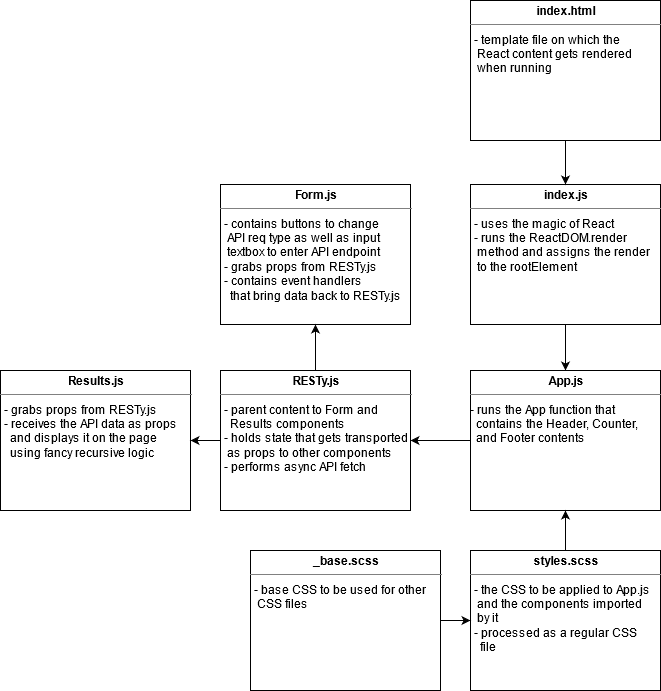
Above: lab-24-uml.png in earljay-caoile-401-advanced-javascript/react-resty (draw.io), before the change. Source tidied: cells renumbered, new cells last; positions are measured from the earlier drawing's top-left corner, leaving out a move shared by most shapes.
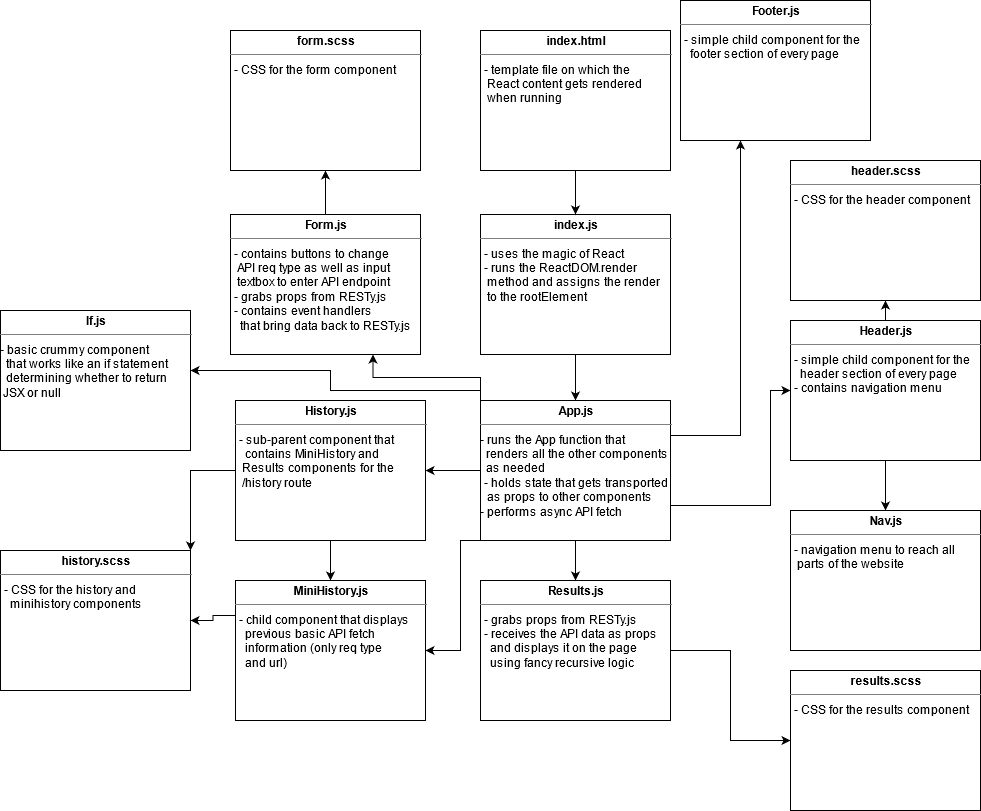
The same file after the commit.

Commit message:
refactored logic in results component to account for crummy if component

The edit, as a diff of the source:
```diff
@@ -8,13 +8,54 @@
     <mxCell id="3" value="&lt;p style=&quot;margin: 0px ; margin-top: 4px ; text-align: center&quot;&gt;&lt;b&gt;index.js&lt;/b&gt;&lt;/p&gt;&lt;hr size=&quot;1&quot;&gt;&lt;p style=&quot;margin: 0px ; margin-left: 4px&quot;&gt;&lt;/p&gt;&lt;p style=&quot;margin: 0px ; margin-left: 4px&quot;&gt;- uses the magic of React&lt;br&gt;&lt;/p&gt;&lt;p style=&quot;margin: 0px ; margin-left: 4px&quot;&gt;- runs the ReactDOM.render&lt;/p&gt;&lt;p style=&quot;margin: 0px ; margin-left: 4px&quot;&gt;&amp;nbsp;method and assigns the render&lt;/p&gt;&lt;p style=&quot;margin: 0px ; margin-left: 4px&quot;&gt;&amp;nbsp;to the rootElement&lt;br&gt;&lt;/p&gt;&lt;div&gt;&lt;br&gt;&lt;/div&gt;" style="verticalAlign=top;align=left;overflow=fill;fontSize=12;fontFamily=Helvetica;html=1;rounded=0;shadow=0;comic=0;labelBackgroundColor=none;strokeWidth=1;" parent="1" vertex="1">
       <mxGeometry x="470" y="184" width="190" height="140" as="geometry" />
     </mxCell>
+    <mxCell id="17" style="edgeStyle=orthogonalEdgeStyle;rounded=0;jettySize=auto;html=1;" parent="1" edge="1" source="4" target="37">
+      <mxGeometry relative="1" as="geometry" />
+    </mxCell>
     <mxCell id="4" value="&lt;p style=&quot;margin: 0px ; margin-top: 4px ; text-align: center&quot;&gt;&lt;b&gt;Results.js&lt;/b&gt;&lt;/p&gt;&lt;hr size=&quot;1&quot;&gt;&lt;p style=&quot;margin: 0px ; margin-left: 4px&quot;&gt;- grabs props from RESTy.js&lt;/p&gt;&lt;p style=&quot;margin: 0px ; margin-left: 4px&quot;&gt;- receives the API data as props&lt;/p&gt;&lt;p style=&quot;margin: 0px ; margin-left: 4px&quot;&gt;&amp;nbsp; and displays it on the page&lt;/p&gt;&lt;p style=&quot;margin: 0px ; margin-left: 4px&quot;&gt;&amp;nbsp; using fancy recursive logic&lt;br&gt;&lt;/p&gt;" style="verticalAlign=top;align=left;overflow=fill;fontSize=12;fontFamily=Helvetica;html=1;rounded=0;shadow=0;comic=0;labelBackgroundColor=none;strokeWidth=1;" parent="1" vertex="1">
-      <mxGeometry y="370" width="190" height="140" as="geometry" />
+      <mxGeometry x="470" y="550" width="190" height="140" as="geometry" />
     </mxCell>
+    <mxCell id="18" style="edgeStyle=orthogonalEdgeStyle;rounded=0;jettySize=auto;html=1;exitX=1;exitY=0.75;exitDx=0;exitDy=0;" parent="1" edge="1" source="6" target="29">
+      <mxGeometry relative="1" as="geometry">
+        <Array as="points">
+          <mxPoint x="760" y="475" />
+        </Array>
+      </mxGeometry>
+    </mxCell>
+    <mxCell id="19" style="edgeStyle=orthogonalEdgeStyle;rounded=0;jettySize=auto;html=1;exitX=1;exitY=0.25;exitDx=0;exitDy=0;" parent="1" edge="1" source="6" target="32">
+      <mxGeometry relative="1" as="geometry">
+        <Array as="points">
+          <mxPoint x="730" y="405" />
+          <mxPoint x="730" y="80" />
+        </Array>
+      </mxGeometry>
+    </mxCell>
+    <mxCell id="20" style="edgeStyle=orthogonalEdgeStyle;rounded=0;jettySize=auto;html=1;exitX=0;exitY=0;exitDx=0;exitDy=0;entryX=0.75;entryY=1;entryDx=0;entryDy=0;" parent="1" edge="1" source="6" target="9">
+      <mxGeometry relative="1" as="geometry" />
+    </mxCell>
-    <mxCell id="5" style="edgeStyle=orthogonalEdgeStyle;rounded=0;jettySize=auto;html=1;exitX=0;exitY=0.5;exitDx=0;exitDy=0;entryX=1;entryY=0.5;entryDx=0;entryDy=0;" parent="1" edge="1" source="6" target="12">
+    <mxCell id="5" style="edgeStyle=orthogonalEdgeStyle;rounded=0;jettySize=auto;html=1;exitX=0;exitY=0.5;exitDx=0;exitDy=0;" parent="1" edge="1" source="6" target="12">
       <mxGeometry relative="1" as="geometry" />
     </mxCell>
+    <mxCell id="21" style="edgeStyle=orthogonalEdgeStyle;rounded=0;jettySize=auto;html=1;exitX=0.5;exitY=1;exitDx=0;exitDy=0;entryX=0.5;entryY=0;entryDx=0;entryDy=0;" parent="1" edge="1" source="6" target="4">
+      <mxGeometry relative="1" as="geometry" />
+    </mxCell>
+    <mxCell id="22" style="edgeStyle=orthogonalEdgeStyle;rounded=0;jettySize=auto;html=1;exitX=0;exitY=1;exitDx=0;exitDy=0;entryX=1;entryY=0.5;entryDx=0;entryDy=0;" parent="1" edge="1" source="6" target="36">
+      <mxGeometry relative="1" as="geometry">
+        <Array as="points">
+          <mxPoint x="450" y="510" />
+          <mxPoint x="450" y="620" />
+        </Array>
+      </mxGeometry>
+    </mxCell>
+    <mxCell id="23" style="edgeStyle=orthogonalEdgeStyle;rounded=0;jettySize=auto;html=1;exitX=0;exitY=0.25;exitDx=0;exitDy=0;" parent="1" edge="1" source="6" target="33">
+      <mxGeometry relative="1" as="geometry">
+        <Array as="points">
+          <mxPoint x="470" y="360" />
+          <mxPoint x="320" y="360" />
+          <mxPoint x="320" y="340" />
+        </Array>
+      </mxGeometry>
+    </mxCell>
-    <mxCell id="6" value="&lt;p style=&quot;margin: 0px ; margin-top: 4px ; text-align: center&quot;&gt;&lt;b&gt;App.js&lt;/b&gt;&lt;/p&gt;&lt;hr size=&quot;1&quot;&gt;&lt;p style=&quot;margin: 0px ; margin-left: 4px&quot;&gt;&lt;/p&gt;&lt;div&gt;- runs the App function that&lt;/div&gt;&lt;div&gt;&amp;nbsp; contains the Header, Counter,&lt;/div&gt;&lt;div&gt;&amp;nbsp; and Footer contents&lt;br&gt;&lt;/div&gt;&lt;div&gt;&lt;br&gt;&lt;/div&gt;" style="verticalAlign=top;align=left;overflow=fill;fontSize=12;fontFamily=Helvetica;html=1;rounded=0;shadow=0;comic=0;labelBackgroundColor=none;strokeWidth=1;" parent="1" vertex="1">
+    <mxCell id="6" value="&lt;p style=&quot;margin: 0px ; margin-top: 4px ; text-align: center&quot;&gt;&lt;b&gt;App.js&lt;/b&gt;&lt;/p&gt;&lt;hr size=&quot;1&quot;&gt;&lt;p style=&quot;margin: 0px ; margin-left: 4px&quot;&gt;&lt;/p&gt;&lt;div&gt;- runs the App function that&lt;/div&gt;&lt;div&gt;&amp;nbsp; renders all the other components&lt;/div&gt;&lt;div&gt;&amp;nbsp; as needed&lt;/div&gt;&lt;div&gt;&lt;p style=&quot;margin: 0px ; margin-left: 4px&quot;&gt;- holds state that gets transported&lt;/p&gt;&lt;p style=&quot;margin: 0px ; margin-left: 4px&quot;&gt;&amp;nbsp;as props to other components&lt;/p&gt;- performs async API fetch&lt;/div&gt;" style="verticalAlign=top;align=left;overflow=fill;fontSize=12;fontFamily=Helvetica;html=1;rounded=0;shadow=0;comic=0;labelBackgroundColor=none;strokeWidth=1;" parent="1" vertex="1">
       <mxGeometry x="470" y="370" width="190" height="140" as="geometry" />
     </mxCell>
     <mxCell id="7" style="edgeStyle=orthogonalEdgeStyle;rounded=0;jettySize=auto;html=1;exitX=0.5;exitY=1;exitDx=0;exitDy=0;entryX=0.5;entryY=0;entryDx=0;entryDy=0;" parent="1" edge="1" source="8" target="3">
@@ -23,29 +64,56 @@
     <mxCell id="8" value="&lt;p style=&quot;margin: 0px ; margin-top: 4px ; text-align: center&quot;&gt;&lt;b&gt;index.html&lt;/b&gt;&lt;/p&gt;&lt;hr size=&quot;1&quot;&gt;&lt;p style=&quot;margin: 0px ; margin-left: 4px&quot;&gt;&lt;/p&gt;&lt;p style=&quot;margin: 0px ; margin-left: 4px&quot;&gt;- template file on which the &lt;br&gt;&lt;/p&gt;&lt;p style=&quot;margin: 0px ; margin-left: 4px&quot;&gt;&amp;nbsp;React content gets rendered&lt;/p&gt;&lt;p style=&quot;margin: 0px ; margin-left: 4px&quot;&gt;&amp;nbsp;when running&lt;br&gt;&lt;/p&gt;&lt;div&gt;&lt;br&gt;&lt;/div&gt;" style="verticalAlign=top;align=left;overflow=fill;fontSize=12;fontFamily=Helvetica;html=1;rounded=0;shadow=0;comic=0;labelBackgroundColor=none;strokeWidth=1;" parent="1" vertex="1">
       <mxGeometry x="470" width="190" height="140" as="geometry" />
     </mxCell>
+    <mxCell id="24" style="edgeStyle=orthogonalEdgeStyle;rounded=0;jettySize=auto;html=1;exitX=0.5;exitY=0;exitDx=0;exitDy=0;entryX=0.5;entryY=1;entryDx=0;entryDy=0;" parent="1" edge="1" source="9" target="31">
+      <mxGeometry relative="1" as="geometry" />
+    </mxCell>
     <mxCell id="9" value="&lt;p style=&quot;margin: 0px ; margin-top: 4px ; text-align: center&quot;&gt;&lt;b&gt;Form.js&lt;/b&gt;&lt;/p&gt;&lt;hr size=&quot;1&quot;&gt;&lt;p style=&quot;margin: 0px ; margin-left: 4px&quot;&gt;- contains buttons to change&lt;/p&gt;&lt;p style=&quot;margin: 0px ; margin-left: 4px&quot;&gt;&amp;nbsp;API req type as well as input&lt;/p&gt;&lt;p style=&quot;margin: 0px ; margin-left: 4px&quot;&gt;&amp;nbsp;textbox to enter API endpoint&lt;/p&gt;&lt;p style=&quot;margin: 0px ; margin-left: 4px&quot;&gt;- grabs props from RESTy.js&lt;/p&gt;&lt;p style=&quot;margin: 0px ; margin-left: 4px&quot;&gt;- contains event handlers&lt;/p&gt;&lt;p style=&quot;margin: 0px ; margin-left: 4px&quot;&gt;&amp;nbsp; that bring data back to RESTy.js&lt;br&gt;&lt;/p&gt;" style="verticalAlign=top;align=left;overflow=fill;fontSize=12;fontFamily=Helvetica;html=1;rounded=0;shadow=0;comic=0;labelBackgroundColor=none;strokeWidth=1;" parent="1" vertex="1">
       <mxGeometry x="220" y="184" width="190" height="140" as="geometry" />
     </mxCell>
-    <mxCell id="10" style="edgeStyle=orthogonalEdgeStyle;rounded=0;jettySize=auto;html=1;exitX=0.5;exitY=0;exitDx=0;exitDy=0;entryX=0.5;entryY=1;entryDx=0;entryDy=0;" parent="1" edge="1" source="12" target="9">
-      <mxGeometry relative="1" as="geometry" />
-    </mxCell>
-    <mxCell id="11" style="edgeStyle=orthogonalEdgeStyle;rounded=0;jettySize=auto;html=1;exitX=0;exitY=0.5;exitDx=0;exitDy=0;entryX=1;entryY=0.5;entryDx=0;entryDy=0;" parent="1" edge="1" source="12" target="4">
-      <mxGeometry relative="1" as="geometry" />
-    </mxCell>
+    <mxCell id="25" style="edgeStyle=orthogonalEdgeStyle;rounded=0;jettySize=auto;html=1;exitX=0.5;exitY=1;exitDx=0;exitDy=0;entryX=0.5;entryY=0;entryDx=0;entryDy=0;" parent="1" edge="1" source="12" target="36">
+      <mxGeometry relative="1" as="geometry" />
+    </mxCell>
+    <mxCell id="26" style="edgeStyle=orthogonalEdgeStyle;rounded=0;jettySize=auto;html=1;exitX=0;exitY=0.5;exitDx=0;exitDy=0;entryX=1;entryY=0;entryDx=0;entryDy=0;" parent="1" edge="1" source="12" target="16">
+      <mxGeometry relative="1" as="geometry" />
+    </mxCell>
-    <mxCell id="12" value="&lt;p style=&quot;margin: 0px ; margin-top: 4px ; text-align: center&quot;&gt;&lt;b&gt;RESTy.js&lt;/b&gt;&lt;/p&gt;&lt;hr size=&quot;1&quot;&gt;&lt;p style=&quot;margin: 0px ; margin-left: 4px&quot;&gt;- parent content to Form and&lt;/p&gt;&lt;p style=&quot;margin: 0px ; margin-left: 4px&quot;&gt;&amp;nbsp; Results components&lt;/p&gt;&lt;p style=&quot;margin: 0px ; margin-left: 4px&quot;&gt;- holds state that gets transported&lt;/p&gt;&lt;p style=&quot;margin: 0px ; margin-left: 4px&quot;&gt;&amp;nbsp;as props to other components&lt;/p&gt;&lt;p style=&quot;margin: 0px ; margin-left: 4px&quot;&gt;- performs async API fetch&lt;br&gt;&lt;/p&gt;" style="verticalAlign=top;align=left;overflow=fill;fontSize=12;fontFamily=Helvetica;html=1;rounded=0;shadow=0;comic=0;labelBackgroundColor=none;strokeWidth=1;" parent="1" vertex="1">
-      <mxGeometry x="220" y="370" width="190" height="140" as="geometry" />
+    <mxCell id="12" value="&lt;p style=&quot;margin: 0px ; margin-top: 4px ; text-align: center&quot;&gt;&lt;b&gt;History.js&lt;/b&gt;&lt;/p&gt;&lt;hr size=&quot;1&quot;&gt;&lt;p style=&quot;margin: 0px ; margin-left: 4px&quot;&gt;- sub-parent component that&lt;/p&gt;&lt;p style=&quot;margin: 0px ; margin-left: 4px&quot;&gt;&amp;nbsp; contains MiniHistory and&lt;/p&gt;&lt;p style=&quot;margin: 0px ; margin-left: 4px&quot;&gt;&amp;nbsp;Results components for the&lt;/p&gt;&lt;p style=&quot;margin: 0px ; margin-left: 4px&quot;&gt;&amp;nbsp;/history route&lt;br&gt;&lt;/p&gt;&lt;p style=&quot;margin: 0px ; margin-left: 4px&quot;&gt;&amp;nbsp;&lt;br&gt;&lt;/p&gt;" style="verticalAlign=top;align=left;overflow=fill;fontSize=12;fontFamily=Helvetica;html=1;rounded=0;shadow=0;comic=0;labelBackgroundColor=none;strokeWidth=1;" parent="1" vertex="1">
+      <mxGeometry x="225" y="370" width="190" height="140" as="geometry" />
     </mxCell>
-    <mxCell id="13" style="edgeStyle=orthogonalEdgeStyle;rounded=0;jettySize=auto;html=1;exitX=0.5;exitY=0;exitDx=0;exitDy=0;entryX=0.5;entryY=1;entryDx=0;entryDy=0;" parent="1" edge="1" source="14" target="6">
-      <mxGeometry relative="1" as="geometry" />
-    </mxCell>
-    <mxCell id="14" value="&lt;p style=&quot;margin: 0px ; margin-top: 4px ; text-align: center&quot;&gt;&lt;b&gt;styles.scss&lt;/b&gt;&lt;/p&gt;&lt;hr size=&quot;1&quot;&gt;&lt;p style=&quot;margin: 0px ; margin-left: 4px&quot;&gt;- the CSS to be applied to App.js&lt;/p&gt;&lt;p style=&quot;margin: 0px ; margin-left: 4px&quot;&gt;&amp;nbsp;and the components imported&lt;/p&gt;&lt;p style=&quot;margin: 0px ; margin-left: 4px&quot;&gt;&amp;nbsp;by it&lt;/p&gt;&lt;p style=&quot;margin: 0px ; margin-left: 4px&quot;&gt;- processed as a regular CSS&lt;/p&gt;&lt;p style=&quot;margin: 0px ; margin-left: 4px&quot;&gt;&amp;nbsp; file&lt;br&gt;&lt;/p&gt;" style="verticalAlign=top;align=left;overflow=fill;fontSize=12;fontFamily=Helvetica;html=1;rounded=0;shadow=0;comic=0;labelBackgroundColor=none;strokeWidth=1;" parent="1" vertex="1">
-      <mxGeometry x="470" y="550" width="190" height="140" as="geometry" />
-    </mxCell>
-    <mxCell id="15" style="edgeStyle=orthogonalEdgeStyle;rounded=0;jettySize=auto;html=1;exitX=1;exitY=0.5;exitDx=0;exitDy=0;entryX=0;entryY=0.5;entryDx=0;entryDy=0;" parent="1" edge="1" source="16" target="14">
-      <mxGeometry relative="1" as="geometry" />
-    </mxCell>
-    <mxCell id="16" value="&lt;p style=&quot;margin: 0px ; margin-top: 4px ; text-align: center&quot;&gt;&lt;b&gt;_base.scss&lt;/b&gt;&lt;/p&gt;&lt;hr size=&quot;1&quot;&gt;&lt;p style=&quot;margin: 0px ; margin-left: 4px&quot;&gt;- base CSS to be used for other&lt;/p&gt;&lt;p style=&quot;margin: 0px ; margin-left: 4px&quot;&gt;&amp;nbsp;CSS files&lt;br&gt;&lt;/p&gt;" style="verticalAlign=top;align=left;overflow=fill;fontSize=12;fontFamily=Helvetica;html=1;rounded=0;shadow=0;comic=0;labelBackgroundColor=none;strokeWidth=1;" parent="1" vertex="1">
-      <mxGeometry x="250" y="550" width="190" height="140" as="geometry" />
+    <mxCell id="16" value="&lt;p style=&quot;margin: 0px ; margin-top: 4px ; text-align: center&quot;&gt;&lt;b&gt;history.scss&lt;/b&gt;&lt;/p&gt;&lt;hr size=&quot;1&quot;&gt;&lt;p style=&quot;margin: 0px ; margin-left: 4px&quot;&gt;- CSS for the history and&lt;/p&gt;&lt;p style=&quot;margin: 0px ; margin-left: 4px&quot;&gt;&amp;nbsp; minihistory components&lt;br&gt;&lt;/p&gt;" style="verticalAlign=top;align=left;overflow=fill;fontSize=12;fontFamily=Helvetica;html=1;rounded=0;shadow=0;comic=0;labelBackgroundColor=none;strokeWidth=1;" parent="1" vertex="1">
+      <mxGeometry x="-10" y="520" width="190" height="140" as="geometry" />
     </mxCell>
+    <mxCell id="27" style="edgeStyle=orthogonalEdgeStyle;rounded=0;jettySize=auto;html=1;exitX=0.5;exitY=1;exitDx=0;exitDy=0;entryX=0.5;entryY=0;entryDx=0;entryDy=0;" parent="1" edge="1" source="29" target="30">
+      <mxGeometry relative="1" as="geometry" />
+    </mxCell>
+    <mxCell id="28" style="edgeStyle=orthogonalEdgeStyle;rounded=0;jettySize=auto;html=1;exitX=0.5;exitY=0;exitDx=0;exitDy=0;entryX=0.5;entryY=1;entryDx=0;entryDy=0;" parent="1" edge="1" source="29" target="34">
+      <mxGeometry relative="1" as="geometry" />
+    </mxCell>
+    <mxCell id="29" value="&lt;p style=&quot;margin: 0px ; margin-top: 4px ; text-align: center&quot;&gt;&lt;b&gt;Header.js&lt;/b&gt;&lt;/p&gt;&lt;hr size=&quot;1&quot;&gt;&lt;p style=&quot;margin: 0px ; margin-left: 4px&quot;&gt;- simple child component for the&lt;/p&gt;&lt;p style=&quot;margin: 0px ; margin-left: 4px&quot;&gt;&amp;nbsp; header section of every page&lt;/p&gt;&lt;p style=&quot;margin: 0px ; margin-left: 4px&quot;&gt;- contains navigation menu&lt;br&gt;&lt;/p&gt;" style="verticalAlign=top;align=left;overflow=fill;fontSize=12;fontFamily=Helvetica;html=1;rounded=0;shadow=0;comic=0;labelBackgroundColor=none;strokeWidth=1;" parent="1" vertex="1">
+      <mxGeometry x="780" y="290" width="190" height="140" as="geometry" />
+    </mxCell>
+    <mxCell id="30" value="&lt;p style=&quot;margin: 0px ; margin-top: 4px ; text-align: center&quot;&gt;&lt;b&gt;Nav.js&lt;/b&gt;&lt;/p&gt;&lt;hr size=&quot;1&quot;&gt;&lt;p style=&quot;margin: 0px ; margin-left: 4px&quot;&gt;- navigation menu to reach all&lt;/p&gt;&lt;p style=&quot;margin: 0px ; margin-left: 4px&quot;&gt;&amp;nbsp;parts of the website&lt;br&gt;&lt;/p&gt;" style="verticalAlign=top;align=left;overflow=fill;fontSize=12;fontFamily=Helvetica;html=1;rounded=0;shadow=0;comic=0;labelBackgroundColor=none;strokeWidth=1;" parent="1" vertex="1">
+      <mxGeometry x="780" y="480" width="190" height="140" as="geometry" />
+    </mxCell>
+    <mxCell id="31" value="&lt;p style=&quot;margin: 0px ; margin-top: 4px ; text-align: center&quot;&gt;&lt;b&gt;form.scss&lt;/b&gt;&lt;/p&gt;&lt;hr size=&quot;1&quot;&gt;&lt;p style=&quot;margin: 0px ; margin-left: 4px&quot;&gt;- CSS for the form component&lt;br&gt;&lt;/p&gt;" style="verticalAlign=top;align=left;overflow=fill;fontSize=12;fontFamily=Helvetica;html=1;rounded=0;shadow=0;comic=0;labelBackgroundColor=none;strokeWidth=1;" parent="1" vertex="1">
+      <mxGeometry x="220" width="190" height="140" as="geometry" />
+    </mxCell>
+    <mxCell id="32" value="&lt;p style=&quot;margin: 0px ; margin-top: 4px ; text-align: center&quot;&gt;&lt;b&gt;Footer.js&lt;/b&gt;&lt;/p&gt;&lt;hr size=&quot;1&quot;&gt;&lt;p style=&quot;margin: 0px ; margin-left: 4px&quot;&gt;- simple child component for the&lt;/p&gt;&lt;p style=&quot;margin: 0px ; margin-left: 4px&quot;&gt;&amp;nbsp; footer section of every page&lt;/p&gt;" style="verticalAlign=top;align=left;overflow=fill;fontSize=12;fontFamily=Helvetica;html=1;rounded=0;shadow=0;comic=0;labelBackgroundColor=none;strokeWidth=1;" parent="1" vertex="1">
+      <mxGeometry x="670" y="-30" width="190" height="140" as="geometry" />
+    </mxCell>
+    <mxCell id="33" value="&lt;p style=&quot;margin: 0px ; margin-top: 4px ; text-align: center&quot;&gt;&lt;b&gt;If.js&lt;/b&gt;&lt;/p&gt;&lt;hr size=&quot;1&quot;&gt;&lt;p style=&quot;margin: 0px ; margin-left: 4px&quot;&gt;&lt;/p&gt;&lt;div&gt;- basic crummy component&lt;/div&gt;&lt;div&gt;&amp;nbsp; that works like an if statement&lt;/div&gt;&lt;div&gt;&amp;nbsp; determining whether to return&lt;/div&gt;&lt;div&gt;&amp;nbsp;JSX or null&lt;br&gt;&lt;/div&gt;" style="verticalAlign=top;align=left;overflow=fill;fontSize=12;fontFamily=Helvetica;html=1;rounded=0;shadow=0;comic=0;labelBackgroundColor=none;strokeWidth=1;" parent="1" vertex="1">
+      <mxGeometry x="-10" y="280" width="190" height="140" as="geometry" />
+    </mxCell>
+    <mxCell id="34" value="&lt;p style=&quot;margin: 0px ; margin-top: 4px ; text-align: center&quot;&gt;&lt;b&gt;header.scss&lt;/b&gt;&lt;/p&gt;&lt;hr size=&quot;1&quot;&gt;&lt;p style=&quot;margin: 0px ; margin-left: 4px&quot;&gt;- CSS for the header component&lt;br&gt;&lt;/p&gt;" style="verticalAlign=top;align=left;overflow=fill;fontSize=12;fontFamily=Helvetica;html=1;rounded=0;shadow=0;comic=0;labelBackgroundColor=none;strokeWidth=1;" parent="1" vertex="1">
+      <mxGeometry x="780" y="130" width="190" height="140" as="geometry" />
+    </mxCell>
+    <mxCell id="35" style="edgeStyle=orthogonalEdgeStyle;rounded=0;jettySize=auto;html=1;exitX=0;exitY=0.25;exitDx=0;exitDy=0;entryX=1;entryY=0.5;entryDx=0;entryDy=0;" parent="1" edge="1" source="36" target="16">
+      <mxGeometry relative="1" as="geometry" />
+    </mxCell>
+    <mxCell id="36" value="&lt;p style=&quot;margin: 0px ; margin-top: 4px ; text-align: center&quot;&gt;&lt;b&gt;MiniHistory.js&lt;/b&gt;&lt;/p&gt;&lt;hr size=&quot;1&quot;&gt;&lt;p style=&quot;margin: 0px ; margin-left: 4px&quot;&gt;- child component that displays&lt;/p&gt;&lt;p style=&quot;margin: 0px ; margin-left: 4px&quot;&gt;&amp;nbsp; previous basic API fetch &lt;br&gt;&lt;/p&gt;&lt;p style=&quot;margin: 0px ; margin-left: 4px&quot;&gt;&amp;nbsp; information (only req type &lt;br&gt;&lt;/p&gt;&lt;p style=&quot;margin: 0px ; margin-left: 4px&quot;&gt;&amp;nbsp; and url)&lt;br&gt;&lt;/p&gt;&lt;p style=&quot;margin: 0px ; margin-left: 4px&quot;&gt;&amp;nbsp;&lt;br&gt;&lt;/p&gt;" style="verticalAlign=top;align=left;overflow=fill;fontSize=12;fontFamily=Helvetica;html=1;rounded=0;shadow=0;comic=0;labelBackgroundColor=none;strokeWidth=1;" parent="1" vertex="1">
+      <mxGeometry x="225" y="550" width="190" height="140" as="geometry" />
+    </mxCell>
+    <mxCell id="37" value="&lt;p style=&quot;margin: 0px ; margin-top: 4px ; text-align: center&quot;&gt;&lt;b&gt;results.scss&lt;/b&gt;&lt;/p&gt;&lt;hr size=&quot;1&quot;&gt;&lt;p style=&quot;margin: 0px ; margin-left: 4px&quot;&gt;- CSS for the results component&lt;br&gt;&lt;/p&gt;" style="verticalAlign=top;align=left;overflow=fill;fontSize=12;fontFamily=Helvetica;html=1;rounded=0;shadow=0;comic=0;labelBackgroundColor=none;strokeWidth=1;" parent="1" vertex="1">
+      <mxGeometry x="780" y="640" width="190" height="140" as="geometry" />
+    </mxCell>
   </root>
 </mxGraphModel>
```
